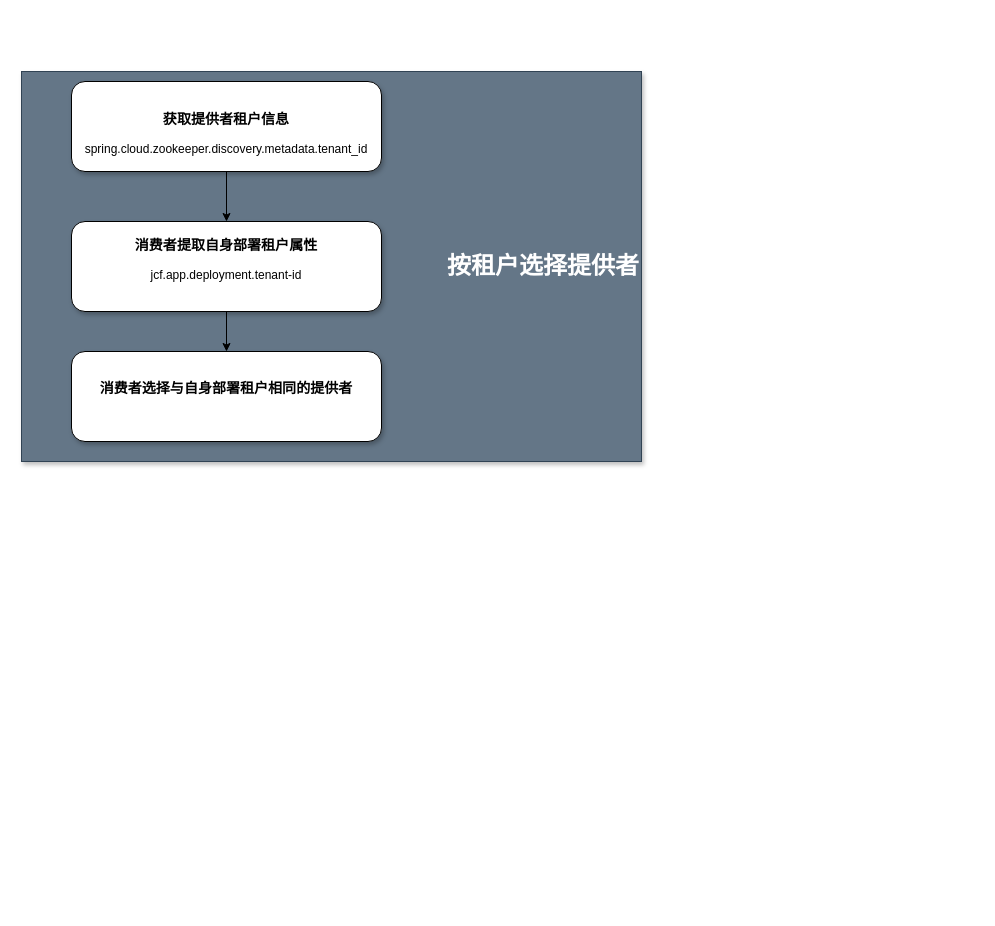
Before: 分布式超时测试流程.drawio in qymmdj/jcf3-document, a draw.io diagram. Source tidied: cells renumbered, new cells numbered last; positions are measured from the earlier drawing's top-left corner, leaving out a move shared by most shapes. Both pictures are drawn from the tidied source at 100%, with x=0, y=0 at pixel (21, 71).
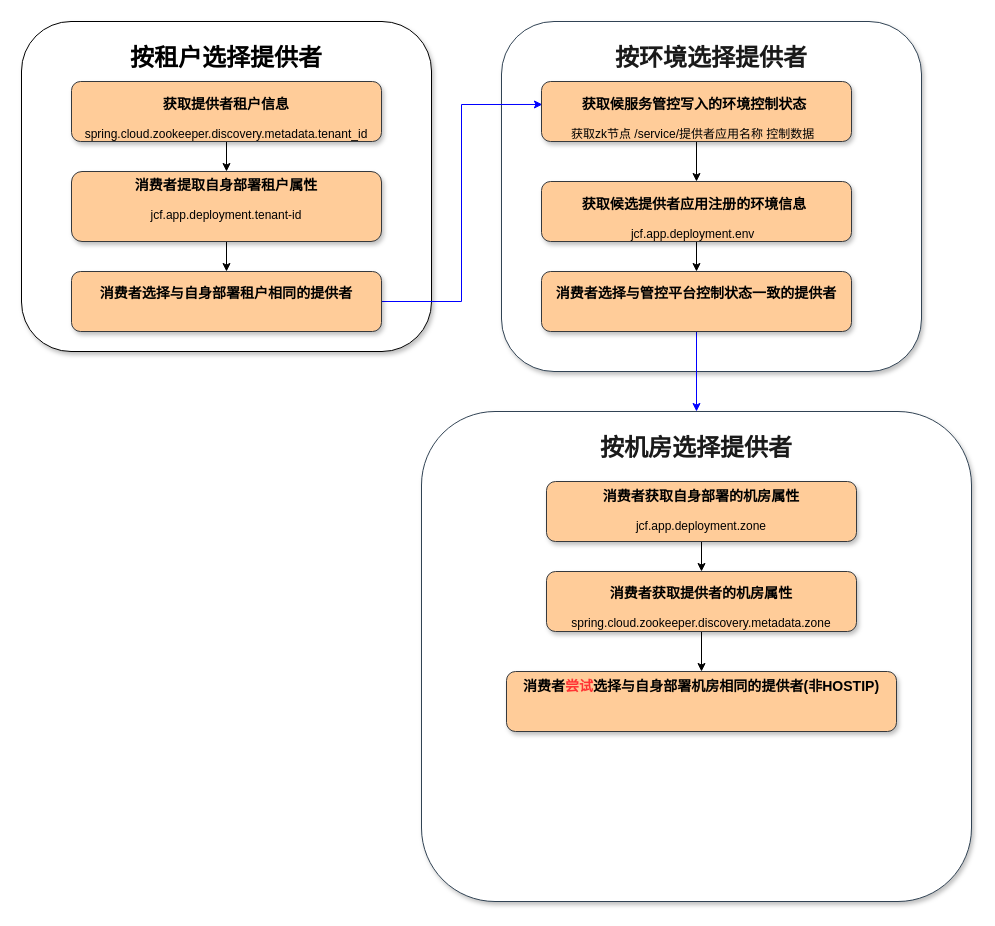
Above is the later version.

Commit message (it also covers changes not shown here):
Update 分布式超时测试流程.drawio

Diff of the diagram source:
```diff
@@
+    <mxCell id="8" value="&lt;h1&gt;&lt;font color=&quot;#1a1a1a&quot;&gt;按环境选择提供者&lt;/font&gt;&lt;/h1&gt;" style="rounded=1;whiteSpace=wrap;html=1;shadow=1;align=center;strokeColor=#314354;fontColor=#ffffff;fillColor=#FFFFFF;verticalAlign=top;" parent="1" vertex="1">
+      <mxGeometry x="480" y="-50" width="420" height="350" as="geometry" />
+    </mxCell>
-    <mxCell id="2" value="&lt;h1&gt;按租户选择提供者&lt;/h1&gt;" style="rounded=0;whiteSpace=wrap;html=1;shadow=1;align=right;fillColor=#647687;strokeColor=#314354;fontColor=#ffffff;" parent="1" vertex="1">
-      <mxGeometry width="620" height="390" as="geometry" />
+    <mxCell id="2" value="&lt;h1&gt;&lt;font color=&quot;#000000&quot;&gt;按租户选择提供者&lt;/font&gt;&lt;/h1&gt;" style="rounded=1;whiteSpace=wrap;html=1;shadow=1;align=center;verticalAlign=top;" parent="1" vertex="1">
+      <mxGeometry y="-50" width="410" height="330" as="geometry" />
     </mxCell>
@@
-    <mxCell id="4" value="&lt;h3&gt;&lt;span&gt;获取提供者租户信息&lt;/span&gt;&lt;/h3&gt;&lt;span&gt;spring.cloud.zookeeper.discovery.metadata.tenant_id&lt;br&gt;&lt;/span&gt;" style="rounded=1;whiteSpace=wrap;html=1;shadow=1;" parent="1" vertex="1">
-      <mxGeometry x="50" y="10" width="310" height="90" as="geometry" />
+    <mxCell id="4" value="&lt;h3&gt;&lt;span&gt;获取提供者租户信息&lt;/span&gt;&lt;/h3&gt;&lt;span&gt;spring.cloud.zookeeper.discovery.metadata.tenant_id&lt;br&gt;&lt;/span&gt;" style="rounded=1;whiteSpace=wrap;html=1;shadow=1;fillColor=#ffcc99;strokeColor=#36393d;" parent="1" vertex="1">
+      <mxGeometry x="50" y="10" width="310" height="60" as="geometry" />
     </mxCell>
@@
-    <mxCell id="6" value="&lt;h3&gt;消费者提取自身部署租户属性&lt;/h3&gt;&lt;p&gt;jcf.app.deployment.tenant-id&lt;/p&gt;&lt;span&gt;&lt;font color=&quot;rgba(0, 0, 0, 0)&quot; face=&quot;monospace&quot;&gt;&lt;span style=&quot;font-size: 0px&quot;&gt;.app.deployment.tenant-id&lt;/span&gt;&lt;/font&gt;&lt;br&gt;&lt;/span&gt;" style="rounded=1;whiteSpace=wrap;html=1;shadow=1;" parent="1" vertex="1">
-      <mxGeometry x="50" y="150" width="310" height="90" as="geometry" />
+    <mxCell id="6" value="&lt;h3&gt;消费者提取自身部署租户属性&lt;/h3&gt;&lt;p&gt;jcf.app.deployment.tenant-id&lt;/p&gt;&lt;span&gt;&lt;font color=&quot;rgba(0, 0, 0, 0)&quot; face=&quot;monospace&quot;&gt;&lt;span style=&quot;font-size: 0px&quot;&gt;.app.deployment.tenant-id&lt;/span&gt;&lt;/font&gt;&lt;br&gt;&lt;/span&gt;" style="rounded=1;whiteSpace=wrap;html=1;shadow=1;fillColor=#ffcc99;strokeColor=#36393d;" parent="1" vertex="1">
+      <mxGeometry x="50" y="100" width="310" height="70" as="geometry" />
     </mxCell>
+    <mxCell id="9" style="edgeStyle=orthogonalEdgeStyle;rounded=0;jettySize=auto;html=1;entryX=0.003;entryY=0.383;entryDx=0;entryDy=0;entryPerimeter=0;strokeColor=#0000FF;" parent="1" edge="1" source="7" target="11">
+      <mxGeometry relative="1" as="geometry" />
+    </mxCell>
-    <mxCell id="7" value="&lt;h3&gt;消费者选择与自身部署租户相同的提供者&lt;/h3&gt;&lt;span&gt;&lt;font color=&quot;rgba(0, 0, 0, 0)&quot; face=&quot;monospace&quot;&gt;&lt;span style=&quot;font-size: 0px&quot;&gt;.app.deployment.tenant-id&lt;/span&gt;&lt;/font&gt;&lt;br&gt;&lt;/span&gt;" style="rounded=1;whiteSpace=wrap;html=1;shadow=1;" parent="1" vertex="1">
-      <mxGeometry x="50" y="280" width="310" height="90" as="geometry" />
+    <mxCell id="7" value="&lt;h3&gt;消费者选择与自身部署租户相同的提供者&lt;/h3&gt;&lt;span&gt;&lt;font color=&quot;rgba(0, 0, 0, 0)&quot; face=&quot;monospace&quot;&gt;&lt;span style=&quot;font-size: 0px&quot;&gt;.app.deployment.tenant-id&lt;/span&gt;&lt;/font&gt;&lt;br&gt;&lt;/span&gt;" style="rounded=1;whiteSpace=wrap;html=1;shadow=1;fillColor=#ffcc99;strokeColor=#36393d;" parent="1" vertex="1">
+      <mxGeometry x="50" y="200" width="310" height="60" as="geometry" />
     </mxCell>
+    <mxCell id="10" style="edgeStyle=orthogonalEdgeStyle;rounded=0;jettySize=auto;html=1;" parent="1" edge="1" source="11" target="13">
+      <mxGeometry relative="1" as="geometry" />
+    </mxCell>
+    <mxCell id="11" value="&lt;h3&gt;&lt;/h3&gt;&lt;h3&gt;&lt;span&gt;获取候服务管控写入的环境控制状态&lt;/span&gt;&amp;nbsp;&lt;/h3&gt;获取zk节点 /service/提供者应用名称&amp;nbsp;&lt;span&gt;控制数据&amp;nbsp;&amp;nbsp;&lt;/span&gt;" style="rounded=1;whiteSpace=wrap;html=1;shadow=1;fillColor=#ffcc99;strokeColor=#36393d;" parent="1" vertex="1">
+      <mxGeometry x="520" y="10" width="310" height="60" as="geometry" />
+    </mxCell>
+    <mxCell id="12" style="edgeStyle=orthogonalEdgeStyle;rounded=0;jettySize=auto;html=1;" parent="1" edge="1" source="13" target="15">
+      <mxGeometry relative="1" as="geometry" />
+    </mxCell>
+    <mxCell id="13" value="&lt;h3&gt;&lt;/h3&gt;&lt;h3&gt;&lt;span&gt;获取候选提供者应用注册的环境信息&lt;/span&gt;&amp;nbsp;&lt;/h3&gt;jcf.app.deployment.env&lt;span&gt;&amp;nbsp;&amp;nbsp;&lt;/span&gt;" style="rounded=1;whiteSpace=wrap;html=1;shadow=1;fillColor=#ffcc99;strokeColor=#36393d;" parent="1" vertex="1">
+      <mxGeometry x="520" y="110" width="310" height="60" as="geometry" />
+    </mxCell>
+    <mxCell id="14" style="edgeStyle=orthogonalEdgeStyle;rounded=0;jettySize=auto;html=1;strokeColor=#0000FF;" parent="1" edge="1" source="15" target="16">
+      <mxGeometry relative="1" as="geometry" />
+    </mxCell>
+    <mxCell id="15" value="&lt;h3&gt;消费者选择与管控平台控制状态一致的提供者&lt;/h3&gt;&lt;span&gt;&lt;font color=&quot;rgba(0, 0, 0, 0)&quot; face=&quot;monospace&quot;&gt;&lt;span style=&quot;font-size: 0px&quot;&gt;.app.deployment.tenant-id&lt;/span&gt;&lt;/font&gt;&lt;br&gt;&lt;/span&gt;" style="rounded=1;whiteSpace=wrap;html=1;shadow=1;fillColor=#ffcc99;strokeColor=#36393d;" parent="1" vertex="1">
+      <mxGeometry x="520" y="200" width="310" height="60" as="geometry" />
+    </mxCell>
+    <mxCell id="16" value="&lt;h1&gt;&lt;font color=&quot;#1a1a1a&quot;&gt;按机房选择提供者&lt;/font&gt;&lt;/h1&gt;" style="rounded=1;whiteSpace=wrap;html=1;shadow=1;align=center;strokeColor=#314354;fontColor=#ffffff;fillColor=#FFFFFF;verticalAlign=top;" parent="1" vertex="1">
+      <mxGeometry x="400" y="340" width="550" height="490" as="geometry" />
+    </mxCell>
+    <mxCell id="17" style="edgeStyle=orthogonalEdgeStyle;rounded=0;jettySize=auto;html=1;" parent="1" edge="1" source="18" target="20">
+      <mxGeometry relative="1" as="geometry" />
+    </mxCell>
+    <mxCell id="18" value="&lt;h3&gt;消费者获取自身部署的机房属性&lt;/h3&gt;&lt;div&gt;jcf.app.deployment.zone&lt;/div&gt;&lt;span&gt;&lt;font color=&quot;rgba(0, 0, 0, 0)&quot; face=&quot;monospace&quot;&gt;&lt;span style=&quot;font-size: 0px&quot;&gt;.app.deployment.tenant-id&lt;/span&gt;&lt;/font&gt;&lt;br&gt;&lt;/span&gt;" style="rounded=1;whiteSpace=wrap;html=1;shadow=1;fillColor=#ffcc99;strokeColor=#36393d;" parent="1" vertex="1">
+      <mxGeometry x="525" y="410" width="310" height="60" as="geometry" />
+    </mxCell>
+    <mxCell id="19" style="edgeStyle=orthogonalEdgeStyle;rounded=0;jettySize=auto;html=1;" parent="1" edge="1" source="20" target="21">
+      <mxGeometry relative="1" as="geometry" />
+    </mxCell>
+    <mxCell id="20" value="&lt;h3&gt;消费者获取提供者的机房属性&lt;/h3&gt;&lt;div&gt;&lt;/div&gt;spring.cloud.zookeeper.discovery.metadata.zone&lt;span&gt;&lt;font color=&quot;rgba(0, 0, 0, 0)&quot; face=&quot;monospace&quot;&gt;&lt;span style=&quot;font-size: 0px&quot;&gt;.app.deployment.tenant-id&lt;/span&gt;&lt;/font&gt;&lt;br&gt;&lt;/span&gt;" style="rounded=1;whiteSpace=wrap;html=1;shadow=1;fillColor=#ffcc99;strokeColor=#36393d;" parent="1" vertex="1">
+      <mxGeometry x="525" y="500" width="310" height="60" as="geometry" />
+    </mxCell>
+    <mxCell id="21" value="&lt;h3&gt;&lt;/h3&gt;&lt;h3&gt;消费者&lt;font color=&quot;#ff3333&quot;&gt;尝试&lt;/font&gt;选择与自身部署机房相同的提供者(非HOSTIP)&lt;/h3&gt;&lt;br&gt;&lt;font color=&quot;rgba(0, 0, 0, 0)&quot; face=&quot;monospace&quot;&gt;&lt;span style=&quot;font-size: 0px&quot;&gt;.app.deployment.tenant-id&lt;/span&gt;&lt;/font&gt;&lt;span&gt;&lt;br&gt;&lt;/span&gt;" style="rounded=1;whiteSpace=wrap;html=1;shadow=1;fillColor=#ffcc99;strokeColor=#36393d;" parent="1" vertex="1">
+      <mxGeometry x="485" y="600" width="390" height="60" as="geometry" />
+    </mxCell>
```
